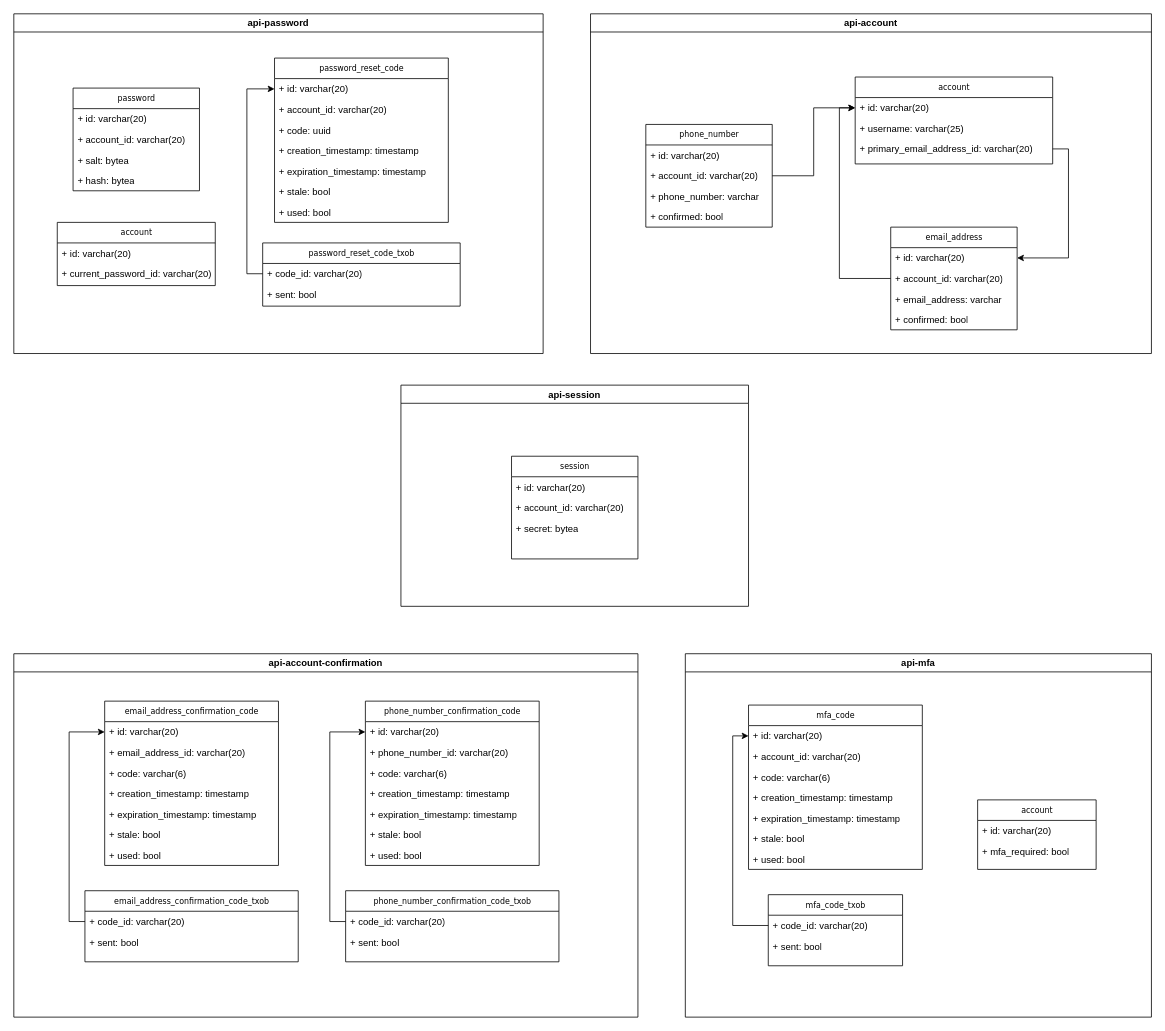
Above: architecture.drawio in AlpacaLabs/protorepo (draw.io), before the change. Source tidied: cells renumbered, new cells numbered last; positions are measured from the earlier drawing's top-left corner, leaving out a move shared by most shapes. Both pictures are drawn from the tidied source at 79%, with x=0, y=0 at pixel (13, 13).
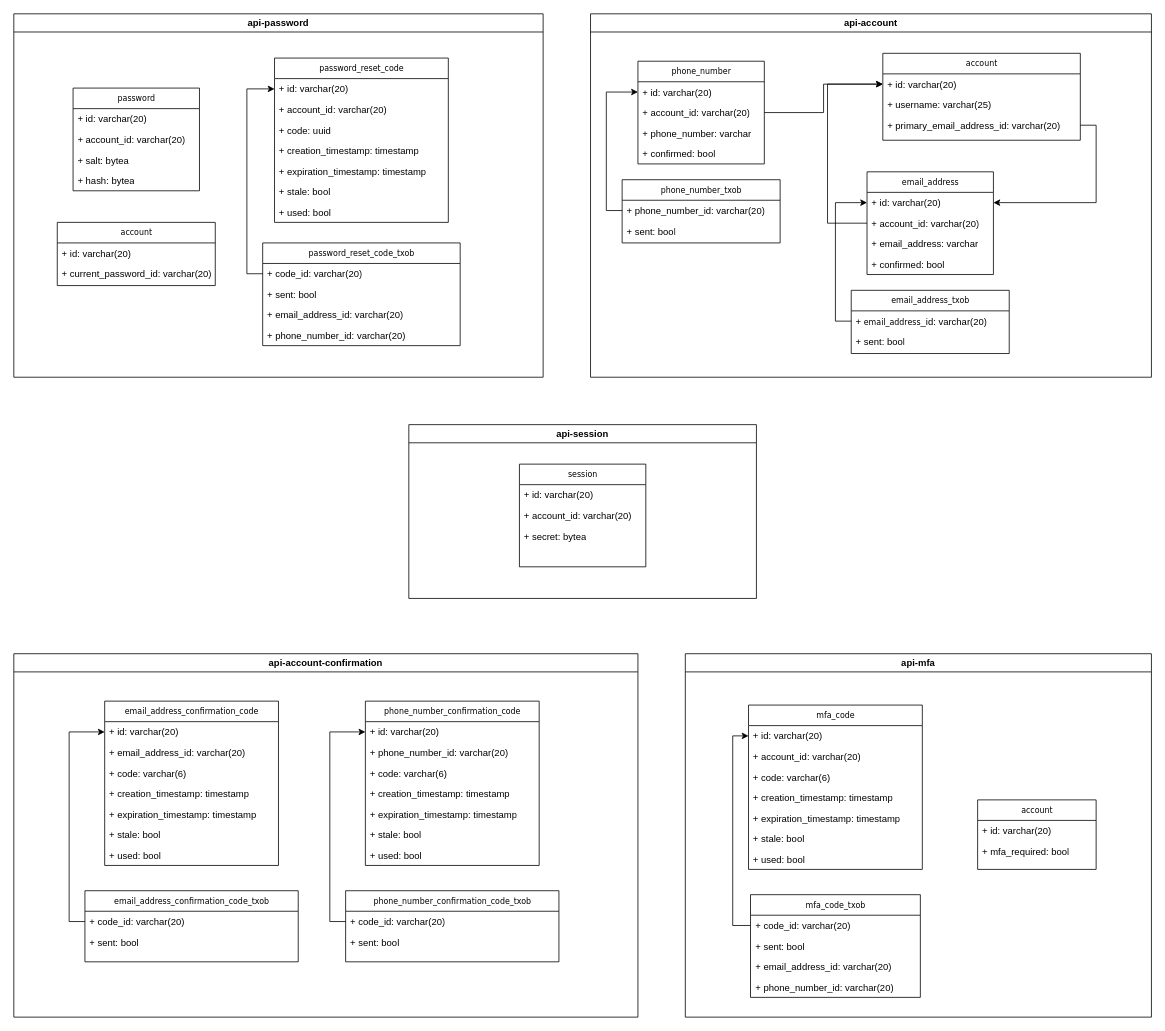
The same diagram, later.

Commit message:
Update architecture diagram

Unchanged cells that the change refers to:
```xml
<mxCell id="27" value="api-mfa" style="swimlane;" parent="1" vertex="1">
  <mxGeometry x="850" y="810" width="590" height="460" as="geometry" />
</mxCell>
<mxCell id="70" value="+ id: varchar(20)" style="text;html=1;strokeColor=none;fillColor=none;align=left;verticalAlign=top;spacingLeft=4;spacingRight=4;whiteSpace=wrap;overflow=hidden;points=[[0,0.5],[1,0.5]];portConstraint=eastwest;" parent="69" vertex="1">
  <mxGeometry y="26" width="160" height="26" as="geometry" />
</mxCell>
<mxCell id="75" value="+ id: varchar(20)" style="text;html=1;strokeColor=none;fillColor=none;align=left;verticalAlign=top;spacingLeft=4;spacingRight=4;whiteSpace=wrap;overflow=hidden;points=[[0,0.5],[1,0.5]];portConstraint=eastwest;" parent="74" vertex="1">
  <mxGeometry y="26" width="160" height="26" as="geometry" />
</mxCell>
<mxCell id="76" value="+ account_id: varchar(20)" style="text;html=1;strokeColor=none;fillColor=none;align=left;verticalAlign=top;spacingLeft=4;spacingRight=4;whiteSpace=wrap;overflow=hidden;points=[[0,0.5],[1,0.5]];portConstraint=eastwest;" parent="74" vertex="1">
  <mxGeometry y="52" width="160" height="26" as="geometry" />
</mxCell>
```

Diff of the diagram source:
```diff
@@
-    <mxCell id="31" value="mfa_code_txob" style="swimlane;html=1;fontStyle=0;horizontal=1;startSize=26;fillColor=none;swimlaneFillColor=#ffffff;rounded=0;shadow=0;comic=0;labelBackgroundColor=none;strokeWidth=1;fontFamily=Verdana;fontSize=10;align=center;" parent="27" vertex="1">
-      <mxGeometry x="105" y="305" width="170" height="90" as="geometry" />
-    </mxCell>
-    <mxCell id="32" value="+ code_id: varchar(20)" style="text;html=1;strokeColor=none;fillColor=none;align=left;verticalAlign=top;spacingLeft=4;spacingRight=4;whiteSpace=wrap;overflow=hidden;points=[[0,0.5],[1,0.5]];portConstraint=eastwest;" parent="31" vertex="1">
-      <mxGeometry y="26" width="170" height="26" as="geometry" />
-    </mxCell>
-    <mxCell id="33" value="+ sent: bool" style="text;html=1;strokeColor=none;fillColor=none;align=left;verticalAlign=top;spacingLeft=4;spacingRight=4;whiteSpace=wrap;overflow=hidden;" parent="31" vertex="1">
-      <mxGeometry y="52" width="170" height="26" as="geometry" />
-    </mxCell>
@@
+    <mxCell id="31" value="mfa_code_txob" style="swimlane;html=1;fontStyle=0;horizontal=1;startSize=26;fillColor=none;swimlaneFillColor=#ffffff;rounded=0;shadow=0;comic=0;labelBackgroundColor=none;strokeWidth=1;fontFamily=Verdana;fontSize=10;align=center;" parent="27" vertex="1">
+      <mxGeometry x="82.5" y="305" width="215" height="130" as="geometry" />
+    </mxCell>
+    <mxCell id="32" value="+ code_id: varchar(20)" style="text;html=1;strokeColor=none;fillColor=none;align=left;verticalAlign=top;spacingLeft=4;spacingRight=4;whiteSpace=wrap;overflow=hidden;points=[[0,0.5],[1,0.5]];portConstraint=eastwest;" parent="31" vertex="1">
+      <mxGeometry y="26" width="215" height="26" as="geometry" />
+    </mxCell>
+    <mxCell id="33" value="+ sent: bool" style="text;html=1;strokeColor=none;fillColor=none;align=left;verticalAlign=top;spacingLeft=4;spacingRight=4;whiteSpace=wrap;overflow=hidden;" parent="31" vertex="1">
+      <mxGeometry y="52" width="215" height="26" as="geometry" />
+    </mxCell>
+    <mxCell id="87" value="+ email_address_id: varchar(20)" style="text;html=1;strokeColor=none;fillColor=none;align=left;verticalAlign=top;spacingLeft=4;spacingRight=4;whiteSpace=wrap;overflow=hidden;" parent="31" vertex="1">
+      <mxGeometry y="78" width="215" height="26" as="geometry" />
+    </mxCell>
+    <mxCell id="88" value="+ phone_number_id: varchar(20)" style="text;html=1;strokeColor=none;fillColor=none;align=left;verticalAlign=top;spacingLeft=4;spacingRight=4;whiteSpace=wrap;overflow=hidden;" parent="31" vertex="1">
+      <mxGeometry y="104" width="215" height="26" as="geometry" />
+    </mxCell>
     <mxCell id="43" value="api-password" style="swimlane;" parent="1" vertex="1">
-      <mxGeometry width="670" height="430" as="geometry" />
+      <mxGeometry width="670" height="460" as="geometry" />
     </mxCell>
@@
     <mxCell id="57" value="password_reset_code_txob" style="swimlane;html=1;fontStyle=0;horizontal=1;startSize=26;fillColor=none;swimlaneFillColor=#ffffff;rounded=0;shadow=0;comic=0;labelBackgroundColor=none;strokeWidth=1;fontFamily=Verdana;fontSize=10;align=center;" parent="43" vertex="1">
-      <mxGeometry x="315" y="290" width="250" height="80" as="geometry" />
+      <mxGeometry x="315" y="290" width="250" height="130" as="geometry" />
     </mxCell>
@@
+    <mxCell id="89" value="+ email_address_id: varchar(20)" style="text;html=1;strokeColor=none;fillColor=none;align=left;verticalAlign=top;spacingLeft=4;spacingRight=4;whiteSpace=wrap;overflow=hidden;" parent="57" vertex="1">
+      <mxGeometry y="78" width="250" height="26" as="geometry" />
+    </mxCell>
+    <mxCell id="90" value="+ phone_number_id: varchar(20)" style="text;html=1;strokeColor=none;fillColor=none;align=left;verticalAlign=top;spacingLeft=4;spacingRight=4;whiteSpace=wrap;overflow=hidden;" parent="57" vertex="1">
+      <mxGeometry y="104" width="250" height="26" as="geometry" />
+    </mxCell>
@@
     <mxCell id="64" value="api-account" style="swimlane;" parent="1" vertex="1">
-      <mxGeometry x="730" width="710" height="430" as="geometry" />
+      <mxGeometry x="730" width="710" height="460" as="geometry" />
     </mxCell>
-    <mxCell id="65" value="account" style="swimlane;html=1;fontStyle=0;horizontal=1;startSize=26;fillColor=none;swimlaneFillColor=#ffffff;rounded=0;shadow=0;comic=0;labelBackgroundColor=none;strokeWidth=1;fontFamily=Verdana;fontSize=10;align=center;" parent="64" vertex="1">
-      <mxGeometry x="335" y="80" width="250" height="110" as="geometry" />
-    </mxCell>
-    <mxCell id="66" value="+ id: varchar(20)" style="text;html=1;strokeColor=none;fillColor=none;align=left;verticalAlign=top;spacingLeft=4;spacingRight=4;whiteSpace=wrap;overflow=hidden;points=[[0,0.5],[1,0.5]];portConstraint=eastwest;" parent="65" vertex="1">
-      <mxGeometry y="26" width="250" height="26" as="geometry" />
-    </mxCell>
-    <mxCell id="67" value="+ username: varchar(25)" style="text;html=1;strokeColor=none;fillColor=none;align=left;verticalAlign=top;spacingLeft=4;spacingRight=4;whiteSpace=wrap;overflow=hidden;" parent="65" vertex="1">
-      <mxGeometry y="52" width="250" height="26" as="geometry" />
-    </mxCell>
-    <mxCell id="68" value="+ primary_email_address_id: varchar(20)" style="text;html=1;strokeColor=none;fillColor=none;align=left;verticalAlign=top;spacingLeft=4;spacingRight=4;whiteSpace=wrap;overflow=hidden;points=[[0,0.5],[1,0.5]];portConstraint=eastwest;" parent="65" vertex="1">
-      <mxGeometry y="78" width="250" height="26" as="geometry" />
-    </mxCell>
     <mxCell id="69" value="phone_number" style="swimlane;html=1;fontStyle=0;horizontal=1;startSize=26;fillColor=none;swimlaneFillColor=#ffffff;rounded=0;shadow=0;comic=0;labelBackgroundColor=none;strokeWidth=1;fontFamily=Verdana;fontSize=10;align=center;" parent="64" vertex="1">
-      <mxGeometry x="70" y="140" width="160" height="130" as="geometry" />
+      <mxGeometry x="60" y="60" width="160" height="130" as="geometry" />
     </mxCell>
@@
+    <mxCell id="65" value="account" style="swimlane;html=1;fontStyle=0;horizontal=1;startSize=26;fillColor=none;swimlaneFillColor=#ffffff;rounded=0;shadow=0;comic=0;labelBackgroundColor=none;strokeWidth=1;fontFamily=Verdana;fontSize=10;align=center;" parent="64" vertex="1">
+      <mxGeometry x="370" y="50" width="250" height="110" as="geometry" />
+    </mxCell>
+    <mxCell id="66" value="+ id: varchar(20)" style="text;html=1;strokeColor=none;fillColor=none;align=left;verticalAlign=top;spacingLeft=4;spacingRight=4;whiteSpace=wrap;overflow=hidden;points=[[0,0.5],[1,0.5]];portConstraint=eastwest;" parent="65" vertex="1">
+      <mxGeometry y="26" width="250" height="26" as="geometry" />
+    </mxCell>
+    <mxCell id="67" value="+ username: varchar(25)" style="text;html=1;strokeColor=none;fillColor=none;align=left;verticalAlign=top;spacingLeft=4;spacingRight=4;whiteSpace=wrap;overflow=hidden;" parent="65" vertex="1">
+      <mxGeometry y="52" width="250" height="26" as="geometry" />
+    </mxCell>
+    <mxCell id="68" value="+ primary_email_address_id: varchar(20)" style="text;html=1;strokeColor=none;fillColor=none;align=left;verticalAlign=top;spacingLeft=4;spacingRight=4;whiteSpace=wrap;overflow=hidden;points=[[0,0.5],[1,0.5]];portConstraint=eastwest;" parent="65" vertex="1">
+      <mxGeometry y="78" width="250" height="26" as="geometry" />
+    </mxCell>
     <mxCell id="74" value="email_address" style="swimlane;html=1;fontStyle=0;horizontal=1;startSize=26;fillColor=none;swimlaneFillColor=#ffffff;rounded=0;shadow=0;comic=0;labelBackgroundColor=none;strokeWidth=1;fontFamily=Verdana;fontSize=10;align=center;" parent="64" vertex="1">
-      <mxGeometry x="380" y="270" width="160" height="130" as="geometry" />
+      <mxGeometry x="350" y="200" width="160" height="130" as="geometry" />
     </mxCell>
@@
+    <mxCell id="91" value="phone_number_txob" style="swimlane;html=1;fontStyle=0;horizontal=1;startSize=26;fillColor=none;swimlaneFillColor=#ffffff;rounded=0;shadow=0;comic=0;labelBackgroundColor=none;strokeWidth=1;fontFamily=Verdana;fontSize=10;align=center;" parent="64" vertex="1">
+      <mxGeometry x="40" y="210" width="200" height="80" as="geometry" />
+    </mxCell>
+    <mxCell id="92" value="+ phone_number_id: varchar(20)" style="text;html=1;strokeColor=none;fillColor=none;align=left;verticalAlign=top;spacingLeft=4;spacingRight=4;whiteSpace=wrap;overflow=hidden;points=[[0,0.5],[1,0.5]];portConstraint=eastwest;" parent="91" vertex="1">
+      <mxGeometry y="26" width="200" height="26" as="geometry" />
+    </mxCell>
+    <mxCell id="93" value="+ sent: bool" style="text;html=1;strokeColor=none;fillColor=none;align=left;verticalAlign=top;spacingLeft=4;spacingRight=4;whiteSpace=wrap;overflow=hidden;" parent="91" vertex="1">
+      <mxGeometry y="52" width="200" height="26" as="geometry" />
+    </mxCell>
@@
     <mxCell id="81" style="edgeStyle=orthogonalEdgeStyle;rounded=0;jettySize=auto;html=1;exitX=0;exitY=0.5;exitDx=0;exitDy=0;entryX=0;entryY=0.5;entryDx=0;entryDy=0;" parent="64" edge="1" source="76" target="66">
-      <mxGeometry relative="1" as="geometry" />
+      <mxGeometry relative="1" as="geometry">
+        <Array as="points">
+          <mxPoint x="300" y="265" />
+          <mxPoint x="300" y="89" />
+        </Array>
+      </mxGeometry>
     </mxCell>
+    <mxCell id="94" style="edgeStyle=orthogonalEdgeStyle;rounded=0;jettySize=auto;html=1;exitX=0;exitY=0.5;exitDx=0;exitDy=0;entryX=0;entryY=0.5;entryDx=0;entryDy=0;" parent="64" edge="1" source="92" target="70">
+      <mxGeometry relative="1" as="geometry" />
+    </mxCell>
+    <mxCell id="95" value="email_address_txob" style="swimlane;html=1;fontStyle=0;horizontal=1;startSize=26;fillColor=none;swimlaneFillColor=#ffffff;rounded=0;shadow=0;comic=0;labelBackgroundColor=none;strokeWidth=1;fontFamily=Verdana;fontSize=10;align=center;" parent="64" vertex="1">
+      <mxGeometry x="330" y="350" width="200" height="80" as="geometry" />
+    </mxCell>
+    <mxCell id="96" value="+&amp;nbsp;&lt;span style=&quot;font-family: &amp;#34;verdana&amp;#34; ; font-size: 10px ; text-align: center&quot;&gt;email_address&lt;/span&gt;_id: varchar(20)" style="text;html=1;strokeColor=none;fillColor=none;align=left;verticalAlign=top;spacingLeft=4;spacingRight=4;whiteSpace=wrap;overflow=hidden;points=[[0,0.5],[1,0.5]];portConstraint=eastwest;" parent="95" vertex="1">
+      <mxGeometry y="26" width="200" height="26" as="geometry" />
+    </mxCell>
+    <mxCell id="97" value="+ sent: bool" style="text;html=1;strokeColor=none;fillColor=none;align=left;verticalAlign=top;spacingLeft=4;spacingRight=4;whiteSpace=wrap;overflow=hidden;" parent="95" vertex="1">
+      <mxGeometry y="52" width="200" height="26" as="geometry" />
+    </mxCell>
+    <mxCell id="98" style="edgeStyle=orthogonalEdgeStyle;rounded=0;jettySize=auto;html=1;exitX=0;exitY=0.5;exitDx=0;exitDy=0;entryX=0;entryY=0.5;entryDx=0;entryDy=0;" parent="64" edge="1" source="96" target="75">
+      <mxGeometry relative="1" as="geometry" />
+    </mxCell>
     <mxCell id="82" value="api-session" style="swimlane;" parent="1" vertex="1">
-      <mxGeometry x="490" y="470" width="440" height="280" as="geometry" />
+      <mxGeometry x="500" y="520" width="440" height="220" as="geometry" />
     </mxCell>
     <mxCell id="83" value="session" style="swimlane;html=1;fontStyle=0;horizontal=1;startSize=26;fillColor=none;swimlaneFillColor=#ffffff;rounded=0;shadow=0;comic=0;labelBackgroundColor=none;strokeWidth=1;fontFamily=Verdana;fontSize=10;align=center;" parent="82" vertex="1">
-      <mxGeometry x="140" y="90" width="160" height="130" as="geometry" />
+      <mxGeometry x="140" y="50" width="160" height="130" as="geometry" />
     </mxCell>
```
